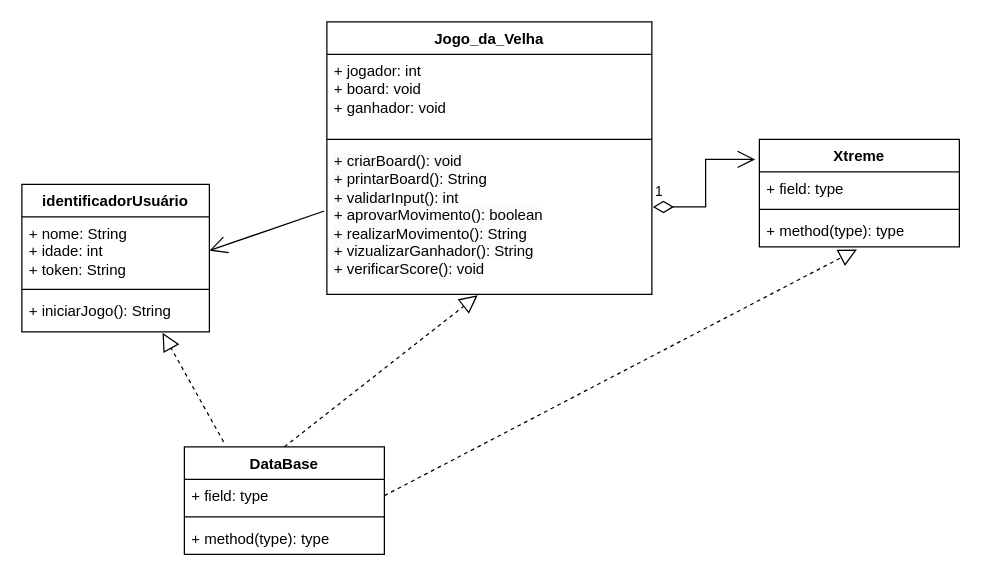
Before: mini_projeto_3/Projeto_3/diagrama_de_classes.drawio in antonioscarvalho/Projetos-Orientados-a-Objetos, a draw.io diagram. Source tidied: cells renumbered, new cells numbered last; positions are measured from the earlier drawing's top-left corner, leaving out a move shared by most shapes. Both pictures are drawn from the tidied source at 125%, with x=0, y=0 at pixel (21, 21).
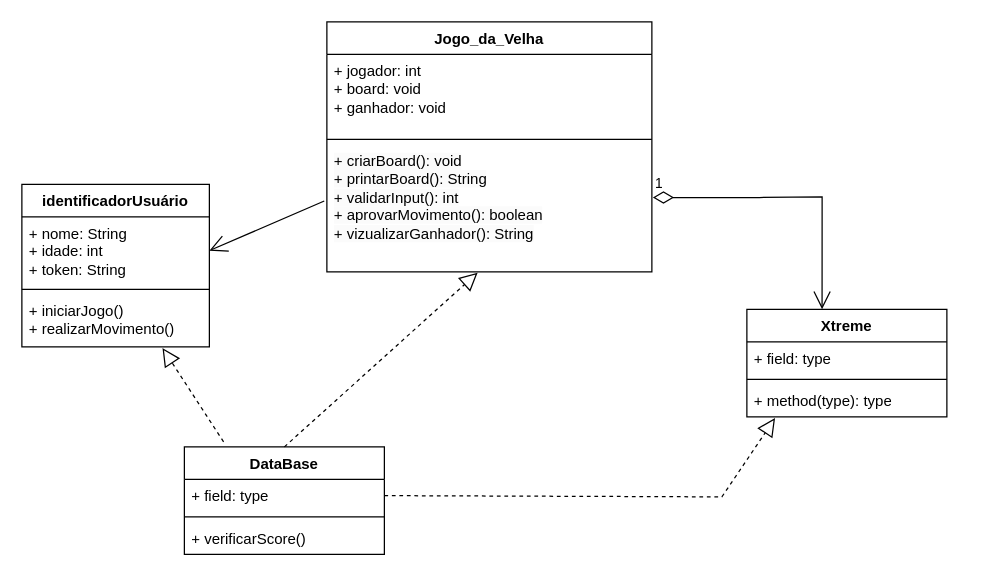
After the change.

The change refers to these unchanged cells:
```xml
<mxCell id="10" value="DataBase" style="swimlane;fontStyle=1;align=center;verticalAlign=top;horizontal=1;startSize=26;whiteSpace=wrap;html=1;" parent="1" vertex="1">
  <mxGeometry x="130" y="340" width="160" height="86" as="geometry" />
</mxCell>
<mxCell id="11" value="+ field: type" style="text;strokeColor=none;fillColor=none;align=left;verticalAlign=top;spacingLeft=4;spacingRight=4;overflow=hidden;points=[[0,0.5],[1,0.5]];portConstraint=eastwest;whiteSpace=wrap;html=1;" parent="10" vertex="1">
  <mxGeometry y="26" width="160" height="26" as="geometry" />
</mxCell>
<mxCell id="20" value="+ method(type): type" style="text;strokeColor=none;fillColor=none;align=left;verticalAlign=top;spacingLeft=4;spacingRight=4;overflow=hidden;points=[[0,0.5],[1,0.5]];portConstraint=eastwest;whiteSpace=wrap;html=1;" parent="17" vertex="1">
  <mxGeometry y="60" width="160" height="26" as="geometry" />
</mxCell>
```

Diff of the diagram source:
```diff
@@
     <mxCell id="2" value="identificadorUsuário" style="swimlane;fontStyle=1;align=center;verticalAlign=top;horizontal=1;startSize=26;whiteSpace=wrap;html=1;" parent="1" vertex="1">
-      <mxGeometry y="130" width="150" height="118" as="geometry" />
+      <mxGeometry y="130" width="150" height="130" as="geometry" />
     </mxCell>
@@
-    <mxCell id="5" value="+ iniciarJogo(): String" style="text;strokeColor=none;fillColor=none;align=left;verticalAlign=top;spacingLeft=4;spacingRight=4;overflow=hidden;points=[[0,0.5],[1,0.5]];portConstraint=eastwest;whiteSpace=wrap;html=1;" parent="2" vertex="1">
-      <mxGeometry y="88" width="150" height="30" as="geometry" />
+    <mxCell id="5" value="+ iniciarJogo()&lt;br&gt;+ realizarMovimento()" style="text;strokeColor=none;fillColor=none;align=left;verticalAlign=top;spacingLeft=4;spacingRight=4;overflow=hidden;points=[[0,0.5],[1,0.5]];portConstraint=eastwest;whiteSpace=wrap;html=1;" parent="2" vertex="1">
+      <mxGeometry y="88" width="150" height="42" as="geometry" />
     </mxCell>
     <mxCell id="6" value="Jogo_da_Velha" style="swimlane;fontStyle=1;align=center;verticalAlign=top;horizontal=1;startSize=26;whiteSpace=wrap;html=1;" parent="1" vertex="1">
-      <mxGeometry x="244" width="260" height="218" as="geometry" />
+      <mxGeometry x="244" width="260" height="200" as="geometry" />
     </mxCell>
@@
-    <mxCell id="9" value="&lt;span style=&quot;color: rgb(0, 0, 0); font-family: Helvetica; font-size: 12px; font-style: normal; font-variant-ligatures: normal; font-variant-caps: normal; font-weight: 400; letter-spacing: normal; orphans: 2; text-align: left; text-indent: 0px; text-transform: none; widows: 2; word-spacing: 0px; -webkit-text-stroke-width: 0px; background-color: rgb(251, 251, 251); text-decoration-thickness: initial; text-decoration-style: initial; text-decoration-color: initial; float: none; display: inline !important;&quot;&gt;+ criarBoard(): void&lt;/span&gt;&lt;br style=&quot;border-color: var(--border-color); color: rgb(0, 0, 0); font-family: Helvetica; font-size: 12px; font-style: normal; font-variant-ligatures: normal; font-variant-caps: normal; font-weight: 400; letter-spacing: normal; orphans: 2; text-align: left; text-indent: 0px; text-transform: none; widows: 2; word-spacing: 0px; -webkit-text-stroke-width: 0px; background-color: rgb(251, 251, 251); text-decoration-thickness: initial; text-decoration-style: initial; text-decoration-color: initial;&quot;&gt;&lt;span style=&quot;color: rgb(0, 0, 0); font-family: Helvetica; font-size: 12px; font-style: normal; font-variant-ligatures: normal; font-variant-caps: normal; font-weight: 400; letter-spacing: normal; orphans: 2; text-align: left; text-indent: 0px; text-transform: none; widows: 2; word-spacing: 0px; -webkit-text-stroke-width: 0px; background-color: rgb(251, 251, 251); text-decoration-thickness: initial; text-decoration-style: initial; text-decoration-color: initial; float: none; display: inline !important;&quot;&gt;+ printarBoard(): String&lt;br&gt;+ validarInput(): int&lt;br&gt;+ aprovarMovimento(): boolean&lt;br&gt;+ realizarMovimento(): String&lt;br&gt;+ vizualizarGanhador(): String&lt;br&gt;+ verificarScore(): void&lt;br&gt;&lt;/span&gt;" style="text;strokeColor=none;fillColor=none;align=left;verticalAlign=top;spacingLeft=4;spacingRight=4;overflow=hidden;points=[[0,0.5],[1,0.5]];portConstraint=eastwest;whiteSpace=wrap;html=1;" parent="6" vertex="1">
-      <mxGeometry y="98" width="260" height="120" as="geometry" />
+    <mxCell id="9" value="&lt;span style=&quot;color: rgb(0, 0, 0); font-family: Helvetica; font-size: 12px; font-style: normal; font-variant-ligatures: normal; font-variant-caps: normal; font-weight: 400; letter-spacing: normal; orphans: 2; text-align: left; text-indent: 0px; text-transform: none; widows: 2; word-spacing: 0px; -webkit-text-stroke-width: 0px; background-color: rgb(251, 251, 251); text-decoration-thickness: initial; text-decoration-style: initial; text-decoration-color: initial; float: none; display: inline !important;&quot;&gt;+ criarBoard(): void&lt;/span&gt;&lt;br style=&quot;border-color: var(--border-color); color: rgb(0, 0, 0); font-family: Helvetica; font-size: 12px; font-style: normal; font-variant-ligatures: normal; font-variant-caps: normal; font-weight: 400; letter-spacing: normal; orphans: 2; text-align: left; text-indent: 0px; text-transform: none; widows: 2; word-spacing: 0px; -webkit-text-stroke-width: 0px; background-color: rgb(251, 251, 251); text-decoration-thickness: initial; text-decoration-style: initial; text-decoration-color: initial;&quot;&gt;&lt;span style=&quot;color: rgb(0, 0, 0); font-family: Helvetica; font-size: 12px; font-style: normal; font-variant-ligatures: normal; font-variant-caps: normal; font-weight: 400; letter-spacing: normal; orphans: 2; text-align: left; text-indent: 0px; text-transform: none; widows: 2; word-spacing: 0px; -webkit-text-stroke-width: 0px; background-color: rgb(251, 251, 251); text-decoration-thickness: initial; text-decoration-style: initial; text-decoration-color: initial; float: none; display: inline !important;&quot;&gt;+ printarBoard(): String&lt;br&gt;+ validarInput(): int&lt;br&gt;+ aprovarMovimento(): boolean&lt;br&gt;+ vizualizarGanhador(): String&lt;br&gt;&lt;/span&gt;" style="text;strokeColor=none;fillColor=none;align=left;verticalAlign=top;spacingLeft=4;spacingRight=4;overflow=hidden;points=[[0,0.5],[1,0.5]];portConstraint=eastwest;whiteSpace=wrap;html=1;" parent="6" vertex="1">
+      <mxGeometry y="98" width="260" height="102" as="geometry" />
     </mxCell>
@@
-    <mxCell id="13" value="+ method(type): type" style="text;strokeColor=none;fillColor=none;align=left;verticalAlign=top;spacingLeft=4;spacingRight=4;overflow=hidden;whiteSpace=wrap;html=1;" parent="10" vertex="1">
+    <mxCell id="13" value="+ verificarScore()" style="text;strokeColor=none;fillColor=none;align=left;verticalAlign=top;spacingLeft=4;spacingRight=4;overflow=hidden;whiteSpace=wrap;html=1;" parent="10" vertex="1">
       <mxGeometry y="60" width="160" height="26" as="geometry" />
     </mxCell>
@@
     <mxCell id="17" value="Xtreme" style="swimlane;fontStyle=1;align=center;verticalAlign=top;horizontal=1;startSize=26;whiteSpace=wrap;html=1;" parent="1" vertex="1">
-      <mxGeometry x="590" y="94" width="160" height="86" as="geometry" />
+      <mxGeometry x="580" y="230" width="160" height="86" as="geometry" />
     </mxCell>
@@
-    <mxCell id="21" value="1" style="endArrow=open;html=1;endSize=12;startArrow=diamondThin;startSize=14;startFill=0;edgeStyle=orthogonalEdgeStyle;align=left;verticalAlign=bottom;rounded=0;entryX=-0.021;entryY=0.186;entryDx=0;entryDy=0;entryPerimeter=0;exitX=1.003;exitY=0.417;exitDx=0;exitDy=0;exitPerimeter=0;" parent="1" edge="1" source="9" target="17">
-      <mxGeometry x="-1" y="3" relative="1" as="geometry" />
+    <mxCell id="21" value="1" style="endArrow=open;html=1;endSize=12;startArrow=diamondThin;startSize=14;startFill=0;edgeStyle=orthogonalEdgeStyle;align=left;verticalAlign=bottom;rounded=0;exitX=1.003;exitY=0.417;exitDx=0;exitDy=0;exitPerimeter=0;entryX=0.376;entryY=-0.002;entryDx=0;entryDy=0;entryPerimeter=0;" parent="1" edge="1" source="9" target="17">
+      <mxGeometry x="-1" y="3" relative="1" as="geometry">
+        <Array as="points">
+          <mxPoint x="590" y="141" />
+          <mxPoint x="640" y="140" />
+        </Array>
+      </mxGeometry>
     </mxCell>
-    <mxCell id="22" style="endArrow=block;dashed=1;endFill=0;endSize=12;html=1;rounded=0;exitX=1;exitY=0.5;exitDx=0;exitDy=0;entryX=0.488;entryY=1.077;entryDx=0;entryDy=0;entryPerimeter=0;" parent="1" edge="1" source="11" target="20">
-      <mxGeometry relative="1" as="geometry" />
+    <mxCell id="22" style="endArrow=block;dashed=1;endFill=0;endSize=12;html=1;rounded=0;exitX=1;exitY=0.5;exitDx=0;exitDy=0;entryX=0.141;entryY=1.038;entryDx=0;entryDy=0;entryPerimeter=0;" parent="1" edge="1" source="11" target="20">
+      <mxGeometry relative="1" as="geometry">
+        <Array as="points">
+          <mxPoint x="560" y="380" />
+        </Array>
+      </mxGeometry>
     </mxCell>
```
